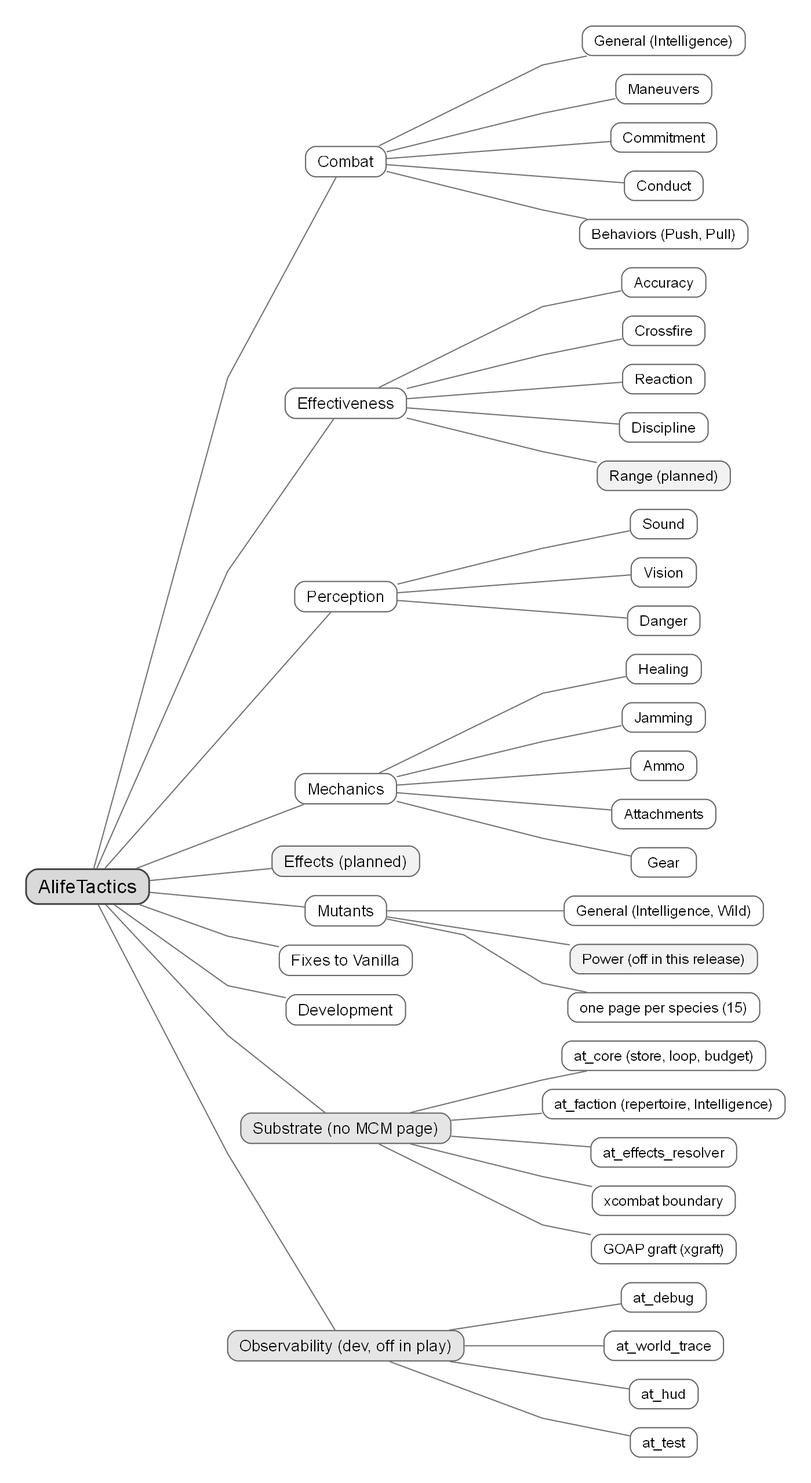
Before: doc/img/container.png, a diagram exported from Graphviz (damiansirbu-stalker/AlifeTactics). Its source is kept beside it as doc/img/container.dot.
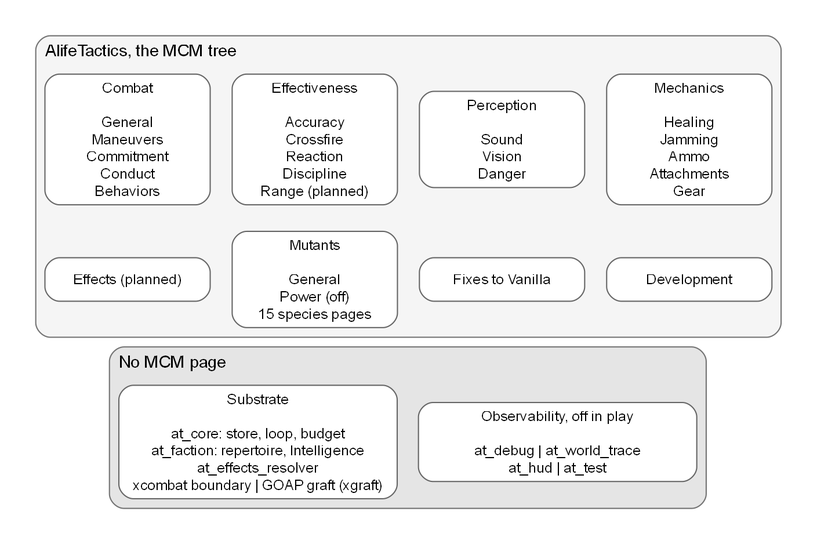
The same file after the commit.

Commit message:
docs(architecture): compact the container diagram to one box per mcm tab

What changed in the source:
```diff
@@ -1,60 +1,44 @@
 digraph at_container {
-    rankdir=LR
-    splines=polyline
+    rankdir=TB
     pad=0.3
-    nodesep=0.22
-    ranksep=0.9
-    graph [fontname="Arial", fontsize=15]
-    node  [shape=box, style="rounded,filled", fillcolor=white,
-           color=gray40, fontname="Arial", fontsize=13, margin="0.14,0.07", height=0.32]
-    edge  [arrowhead=none, color=gray45]
+    nodesep=0.25
+    ranksep=0.3
+    newrank=true
+    graph [fontname="Arial", fontsize=14]
+    node  [shape=box, style="rounded,filled", fillcolor=white, width=1.9,
+           color=gray40, fontname="Arial", fontsize=12, margin="0.12,0.06"]
+    edge  [style=invis]
 
-    root [label="AlifeTactics", fillcolor=gray85, color=gray25, penwidth=1.4, fontsize=16]
+    subgraph cluster_mcm {
+        label="AlifeTactics, the MCM tree"
+        labeljust=l
+        style="rounded,filled"
+        fillcolor=gray96
+        color=gray45
+        combat  [label="Combat\n\nGeneral\nManeuvers\nCommitment\nConduct\nBehaviors"]
+        effect  [label="Effectiveness\n\nAccuracy\nCrossfire\nReaction\nDiscipline\nRange (planned)"]
+        percep  [label="Perception\n\nSound\nVision\nDanger"]
+        mechan  [label="Mechanics\n\nHealing\nJamming\nAmmo\nAttachments\nGear"]
+        effects [label="Effects (planned)"]
+        mutants [label="Mutants\n\nGeneral\nPower (off)\n15 species pages"]
+        fixes   [label="Fixes to Vanilla"]
+        devel   [label="Development"]
+        {rank=same; combat; effect; percep; mechan}
+        {rank=same; effects; mutants; fixes; devel}
+    }
 
-    combat  [label="Combat"]
-    effect  [label="Effectiveness"]
-    percep  [label="Perception"]
-    mechan  [label="Mechanics"]
-    effects [label="Effects (planned)", fillcolor=gray95]
-    mutants [label="Mutants"]
-    fixes   [label="Fixes to Vanilla"]
-    devel   [label="Development"]
+    subgraph cluster_support {
+        label="No MCM page"
+        labeljust=l
+        style="rounded,filled"
+        fillcolor=gray90
+        color=gray45
+        substrate [label="Substrate\n\nat_core: store, loop, budget\nat_faction: repertoire, Intelligence\nat_effects_resolver\nxcombat boundary | GOAP graft (xgraft)", width=3.2]
+        observ    [label="Observability, off in play\n\nat_debug | at_world_trace\nat_hud | at_test", width=3.2]
+        {rank=same; substrate; observ}
+    }
 
-    substrate [label="Substrate (no MCM page)", fillcolor=gray90]
-    observ    [label="Observability (dev, off in play)", fillcolor=gray90]
-
-    root -> combat
-    root -> effect
-    root -> percep
-    root -> mechan
-    root -> effects
-    root -> mutants
-    root -> fixes
-    root -> devel
-    root -> substrate
-    root -> observ
-
-    node [fontsize=12, fillcolor=white]
-
-    c0 [label="General (Intelligence)"]; c1 [label="Maneuvers"]; c2 [label="Commitment"]; c3 [label="Conduct"]; c4 [label="Behaviors (Push, Pull)"]
-    combat -> c0; combat -> c1; combat -> c2; combat -> c3; combat -> c4
-
-    e1 [label="Accuracy"]; e2 [label="Crossfire"]; e3 [label="Reaction"]; e4 [label="Discipline"]; e5 [label="Range (planned)", fillcolor=gray95]
-    effect -> e1; effect -> e2; effect -> e3; effect -> e4; effect -> e5
-
-    p1 [label="Sound"]; p2 [label="Vision"]; p3 [label="Danger"]
-    percep -> p1; percep -> p2; percep -> p3
-
-    m1 [label="Healing"]; m2 [label="Jamming"]; m3 [label="Ammo"]; m4 [label="Attachments"]; m5 [label="Gear"]
-    mechan -> m1; mechan -> m2; mechan -> m3; mechan -> m4; mechan -> m5
-
-    u1 [label="General (Intelligence, Wild)"]; u2 [label="Power (off in this release)", fillcolor=gray95]; u3 [label="one page per species (15)"]
-    mutants -> u1; mutants -> u2; mutants -> u3
-
-    s1 [label="at_core (store, loop, budget)"]; s2 [label="at_faction (repertoire, Intelligence)"]
-    s3 [label="at_effects_resolver"]; s4 [label="xcombat boundary"]; s5 [label="GOAP graft (xgraft)"]
-    substrate -> s1; substrate -> s2; substrate -> s3; substrate -> s4; substrate -> s5
-
-    o1 [label="at_debug"]; o2 [label="at_world_trace"]; o3 [label="at_hud"]; o4 [label="at_test"]
-    observ -> o1; observ -> o2; observ -> o3; observ -> o4
+    combat -> effects; effect -> mutants; percep -> fixes; mechan -> devel
+    combat -> effect -> percep -> mechan [constraint=false]
+    mutants -> substrate; fixes -> observ
 }
```
